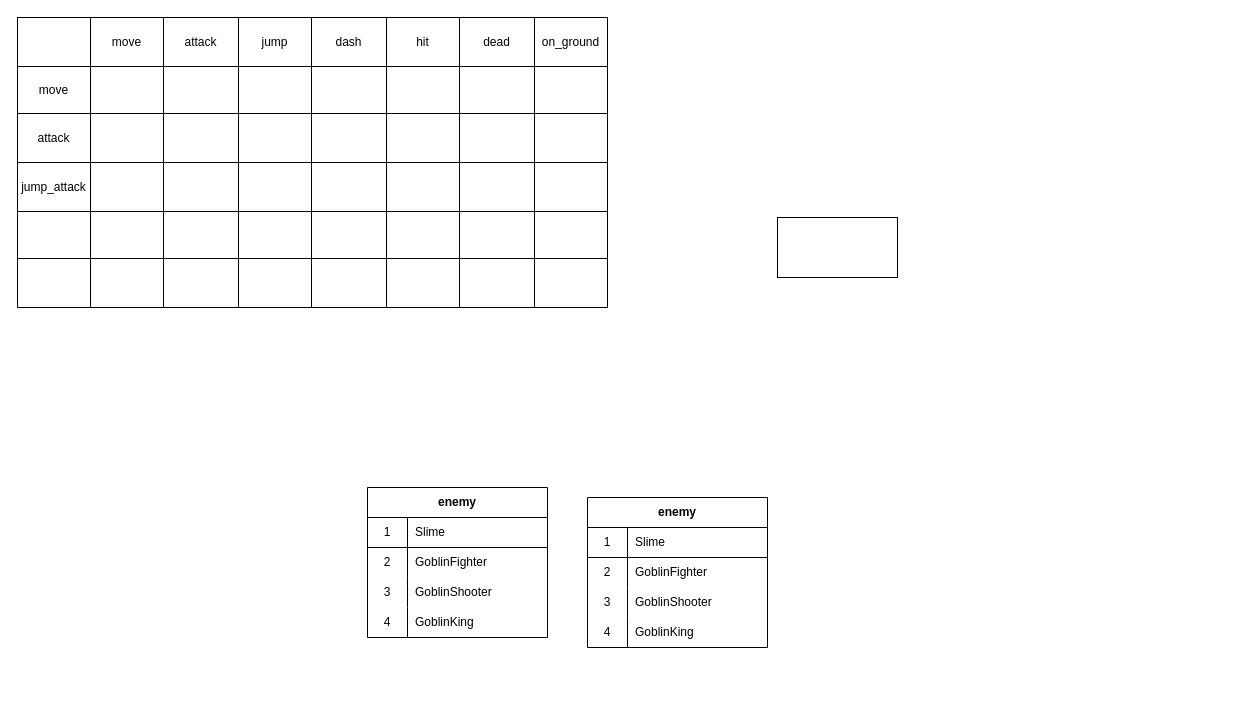
dopamine333/ARPG_Prototype keeps this draw.io diagram as page "Character" (3 of 3) of Diagram/ARPG_PrototypeClassDiagram.drawio. Above is the earlier version. Source tidied: cells renumbered, new cells numbered last; positions are measured from the earlier drawing's top-left corner, leaving out a move shared by most shapes. Both pictures are drawn from the tidied source at 100%, with x=0, y=0 at pixel (17, 17).
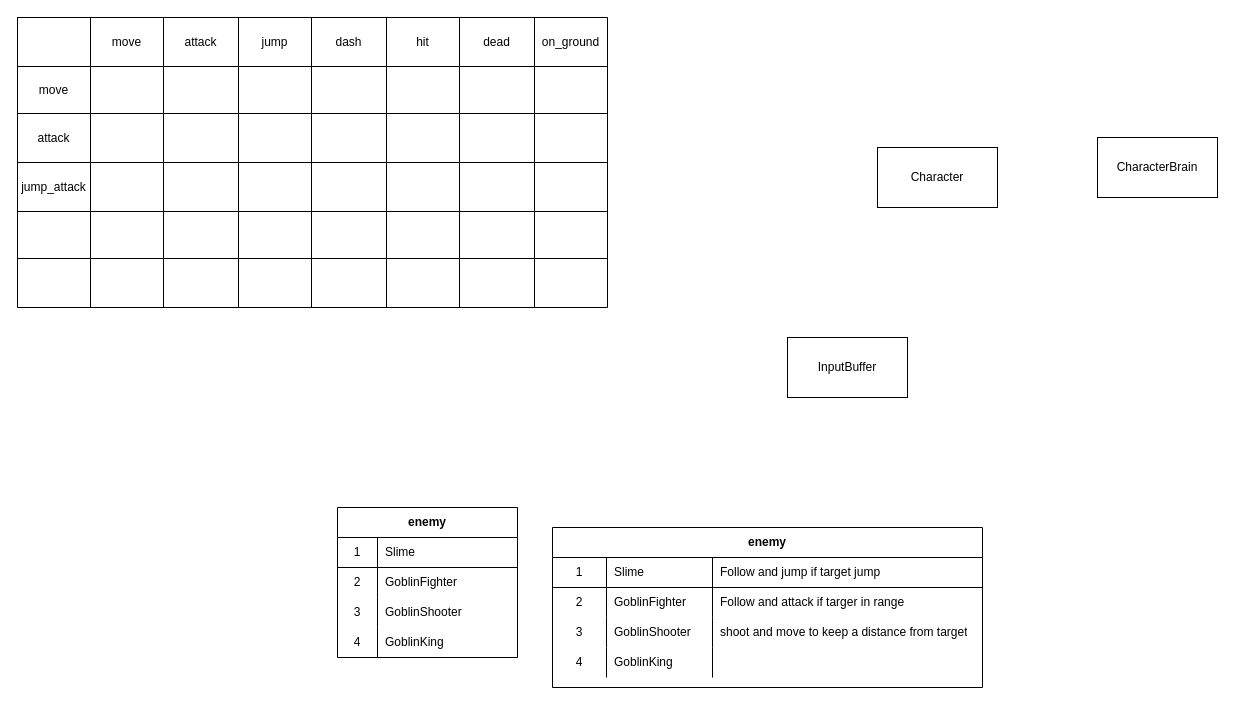
Above is the later version.

Diff of the diagram source:
```diff
@@
-    <mxCell id="2" style="whiteSpace=wrap;html=1;" parent="1" vertex="1">
-      <mxGeometry x="760" y="200" width="120" height="60" as="geometry" />
+    <mxCell id="2" value="Character" style="whiteSpace=wrap;html=1;" parent="1" vertex="1">
+      <mxGeometry x="860" y="130" width="120" height="60" as="geometry" />
     </mxCell>
@@
     <mxCell id="58" value="enemy" style="shape=table;html=1;whiteSpace=wrap;startSize=30;childLayout=tableLayout;rowLines=0;fontStyle=1;align=center;" parent="1" vertex="1">
-      <mxGeometry x="350" y="470" width="180" height="150" as="geometry" />
+      <mxGeometry x="320" y="490" width="180" height="150" as="geometry" />
     </mxCell>
@@
     <mxCell id="71" value="enemy" style="shape=table;html=1;whiteSpace=wrap;startSize=30;childLayout=tableLayout;rowLines=0;fontStyle=1;align=center;" parent="1" vertex="1">
-      <mxGeometry x="570" y="480" width="180" height="150" as="geometry" />
+      <mxGeometry x="535" y="510" width="430" height="160" as="geometry" />
     </mxCell>
     <mxCell id="72" style="shape=partialRectangle;html=1;whiteSpace=wrap;fillColor=none;top=0;left=0;bottom=1;right=0;" parent="71" vertex="1">
-      <mxGeometry y="30" width="180" height="30" as="geometry" />
+      <mxGeometry y="30" width="430" height="30" as="geometry" />
     </mxCell>
     <mxCell id="73" value="1" style="shape=partialRectangle;html=1;whiteSpace=wrap;fillColor=none;top=0;left=0;bottom=0;right=0;overflow=hidden;" parent="72" vertex="1">
-      <mxGeometry width="40" height="30" as="geometry" />
+      <mxGeometry width="54" height="30" as="geometry" />
     </mxCell>
     <mxCell id="74" value="Slime" style="shape=partialRectangle;html=1;whiteSpace=wrap;fillColor=none;top=0;left=0;bottom=0;right=0;align=left;spacingLeft=6;overflow=hidden;" parent="72" vertex="1">
-      <mxGeometry x="40" width="140" height="30" as="geometry" />
+      <mxGeometry x="54" width="106" height="30" as="geometry" />
     </mxCell>
+    <mxCell id="84" value="Follow and jump if target jump&amp;nbsp;" style="shape=partialRectangle;html=1;whiteSpace=wrap;fillColor=none;top=0;left=0;bottom=0;right=0;align=left;spacingLeft=6;overflow=hidden;" parent="72" vertex="1">
+      <mxGeometry x="160" width="270" height="30" as="geometry" />
+    </mxCell>
     <mxCell id="75" style="shape=partialRectangle;html=1;whiteSpace=wrap;fillColor=none;top=0;left=0;bottom=0;right=0;" parent="71" vertex="1">
-      <mxGeometry y="60" width="180" height="30" as="geometry" />
+      <mxGeometry y="60" width="430" height="30" as="geometry" />
     </mxCell>
     <mxCell id="76" value="2" style="shape=partialRectangle;html=1;whiteSpace=wrap;fillColor=none;top=0;left=0;bottom=0;right=0;overflow=hidden;" parent="75" vertex="1">
-      <mxGeometry width="40" height="30" as="geometry" />
+      <mxGeometry width="54" height="30" as="geometry" />
     </mxCell>
     <mxCell id="77" value="GoblinFighter" style="shape=partialRectangle;html=1;whiteSpace=wrap;fillColor=none;top=0;left=0;bottom=0;right=0;align=left;spacingLeft=6;overflow=hidden;" parent="75" vertex="1">
-      <mxGeometry x="40" width="140" height="30" as="geometry" />
+      <mxGeometry x="54" width="106" height="30" as="geometry" />
     </mxCell>
+    <mxCell id="85" value="Follow and attack if targer in range" style="shape=partialRectangle;html=1;whiteSpace=wrap;fillColor=none;top=0;left=0;bottom=0;right=0;align=left;spacingLeft=6;overflow=hidden;" parent="75" vertex="1">
+      <mxGeometry x="160" width="270" height="30" as="geometry" />
+    </mxCell>
     <mxCell id="78" style="shape=partialRectangle;html=1;whiteSpace=wrap;fillColor=none;top=0;left=0;bottom=0;right=0;" parent="71" vertex="1">
-      <mxGeometry y="90" width="180" height="30" as="geometry" />
+      <mxGeometry y="90" width="430" height="30" as="geometry" />
     </mxCell>
     <mxCell id="79" value="3" style="shape=partialRectangle;html=1;whiteSpace=wrap;fillColor=none;top=0;left=0;bottom=0;right=0;overflow=hidden;" parent="78" vertex="1">
-      <mxGeometry width="40" height="30" as="geometry" />
+      <mxGeometry width="54" height="30" as="geometry" />
     </mxCell>
     <mxCell id="80" value="GoblinShooter" style="shape=partialRectangle;html=1;whiteSpace=wrap;fillColor=none;top=0;left=0;bottom=0;right=0;align=left;spacingLeft=6;overflow=hidden;" parent="78" vertex="1">
-      <mxGeometry x="40" width="140" height="30" as="geometry" />
+      <mxGeometry x="54" width="106" height="30" as="geometry" />
     </mxCell>
+    <mxCell id="86" value="shoot and move to keep a distance from target" style="shape=partialRectangle;html=1;whiteSpace=wrap;fillColor=none;top=0;left=0;bottom=0;right=0;align=left;spacingLeft=6;overflow=hidden;" parent="78" vertex="1">
+      <mxGeometry x="160" width="270" height="30" as="geometry" />
+    </mxCell>
     <mxCell id="81" style="shape=partialRectangle;html=1;whiteSpace=wrap;fillColor=none;top=0;left=0;bottom=0;right=0;" parent="71" vertex="1">
-      <mxGeometry y="120" width="180" height="30" as="geometry" />
+      <mxGeometry y="120" width="430" height="30" as="geometry" />
     </mxCell>
     <mxCell id="82" value="4" style="shape=partialRectangle;html=1;whiteSpace=wrap;fillColor=none;top=0;left=0;bottom=0;right=0;overflow=hidden;" parent="81" vertex="1">
-      <mxGeometry width="40" height="30" as="geometry" />
+      <mxGeometry width="54" height="30" as="geometry" />
     </mxCell>
     <mxCell id="83" value="GoblinKing" style="shape=partialRectangle;html=1;whiteSpace=wrap;fillColor=none;top=0;left=0;bottom=0;right=0;align=left;spacingLeft=6;overflow=hidden;" parent="81" vertex="1">
-      <mxGeometry x="40" width="140" height="30" as="geometry" />
+      <mxGeometry x="54" width="106" height="30" as="geometry" />
     </mxCell>
+    <mxCell id="87" style="shape=partialRectangle;html=1;whiteSpace=wrap;fillColor=none;top=0;left=0;bottom=0;right=0;align=left;spacingLeft=6;overflow=hidden;" parent="81" vertex="1">
+      <mxGeometry x="160" width="270" height="30" as="geometry" />
+    </mxCell>
+    <mxCell id="88" value="CharacterBrain" style="whiteSpace=wrap;html=1;" parent="1" vertex="1">
+      <mxGeometry x="1080" y="120" width="120" height="60" as="geometry" />
+    </mxCell>
+    <mxCell id="89" value="InputBuffer" style="rounded=0;whiteSpace=wrap;html=1;" parent="1" vertex="1">
+      <mxGeometry x="770" y="320" width="120" height="60" as="geometry" />
+    </mxCell>
```
